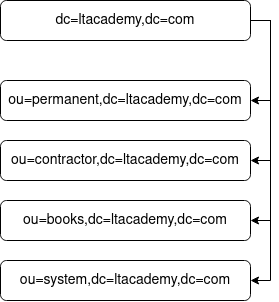
This is Introduction to OpenLDAP/LDAP structure.png from BBRathnayaka/wso2---DevOps, a draw.io export, as it was before one commit. Source tidied: cells renumbered, new cells last; positions are measured from the earlier drawing's top-left corner, leaving out a move shared by most shapes.
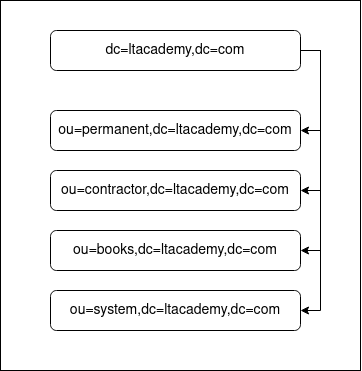
Above is the later version.

Commit message:
Introduction to OpenLDAP

The edit, as a diff of the source:
```diff
@@ -44,5 +44,8 @@
     <mxCell id="10" value="&lt;font style=&quot;font-size: 14px&quot;&gt;ou=system,dc=ltacademy,dc=com&lt;/font&gt;" style="rounded=1;whiteSpace=wrap;html=1;" parent="1" vertex="1">
       <mxGeometry y="260" width="250" height="40" as="geometry" />
     </mxCell>
+    <mxCell id="11" style="rounded=0;whiteSpace=wrap;html=1;fillColor=none;" parent="1" vertex="1">
+      <mxGeometry x="-50" y="-30" width="360" height="370" as="geometry" />
+    </mxCell>
   </root>
 </mxGraphModel>
```
